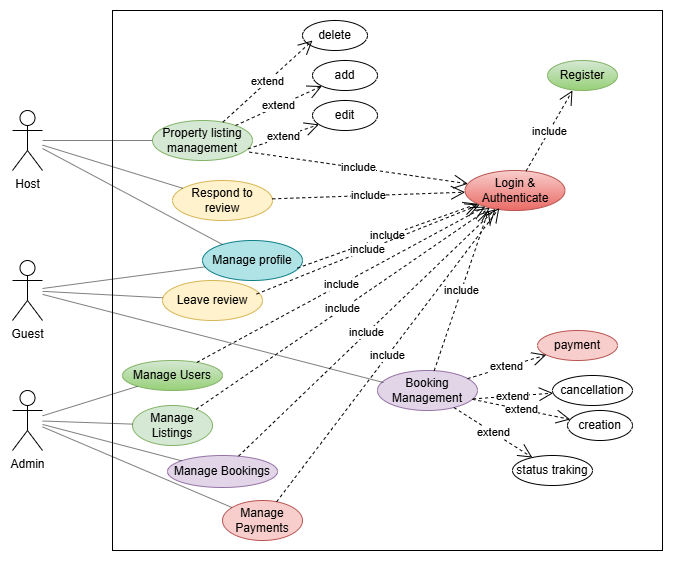
Earlier version of the draw.io export use-case-diagram/Alx-airbnb-project-use-cases.drawio.png (K20QuickFast237/alx-airbnb-project-documentation). Source tidied: cells renumbered, new cells last; positions are measured from the earlier drawing's top-left corner, leaving out a move shared by most shapes.
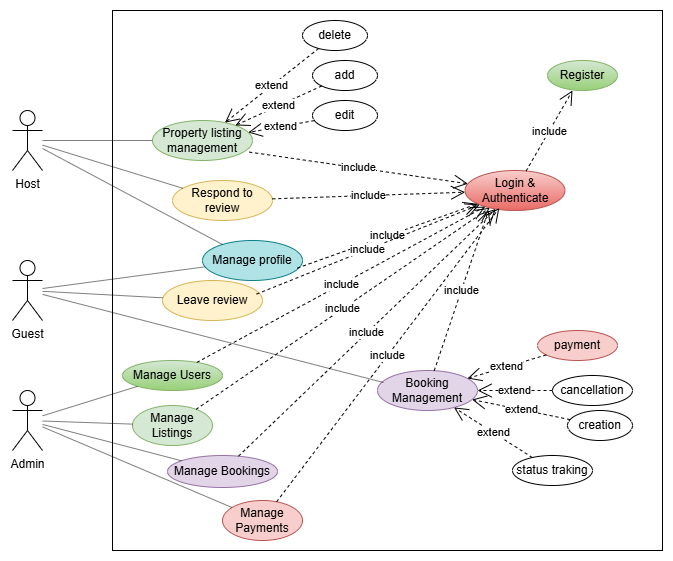
The same file after the commit.

Commit message:
some requirements + updated use case diagram

What changed in the source:
```diff
@@ -32,15 +32,9 @@
     <mxCell id="11" value="delete" style="ellipse;whiteSpace=wrap;html=1;align=center;" parent="1" vertex="1">
       <mxGeometry x="290" y="10" width="65" height="30" as="geometry" />
     </mxCell>
-    <mxCell id="12" value="extend" style="endArrow=open;endSize=12;dashed=1;html=1;rounded=0;entryX=0.154;entryY=0.667;entryDx=0;entryDy=0;entryPerimeter=0;" parent="1" edge="1" source="8" target="11">
-      <mxGeometry relative="1" as="geometry" />
-    </mxCell>
-    <mxCell id="13" value="extend" style="endArrow=open;endSize=12;dashed=1;html=1;rounded=0;exitX=0.956;exitY=0.71;exitDx=0;exitDy=0;exitPerimeter=0;" parent="1" edge="1" source="8" target="10">
+    <mxCell id="13" value="extend" style="endArrow=open;endSize=12;dashed=1;html=1;rounded=0;" parent="1" edge="1" source="10" target="8">
       <mxGeometry relative="1" as="geometry" />
     </mxCell>
-    <mxCell id="14" value="extend" style="endArrow=open;endSize=12;dashed=1;html=1;rounded=0;" parent="1" edge="1" source="8" target="9">
-      <mxGeometry relative="1" as="geometry" />
-    </mxCell>
     <mxCell id="15" style="endArrow=none;html=1;rounded=0;strokeWidth=0.5;" parent="1" edge="1" source="2" target="8">
       <mxGeometry relative="1" as="geometry" />
     </mxCell>
@@ -56,15 +50,6 @@
     <mxCell id="19" value="cancellation" style="ellipse;whiteSpace=wrap;html=1;align=center;" parent="1" vertex="1">
       <mxGeometry x="540" y="365" width="80" height="30" as="geometry" />
     </mxCell>
-    <mxCell id="20" value="extend" style="endArrow=open;endSize=12;dashed=1;html=1;rounded=0;" parent="1" edge="1" source="17" target="24">
-      <mxGeometry relative="1" as="geometry" />
-    </mxCell>
-    <mxCell id="21" value="extend" style="endArrow=open;endSize=12;dashed=1;html=1;rounded=0;exitX=0.956;exitY=0.71;exitDx=0;exitDy=0;exitPerimeter=0;" parent="1" edge="1" source="17" target="19">
-      <mxGeometry relative="1" as="geometry" />
-    </mxCell>
-    <mxCell id="22" value="extend" style="endArrow=open;endSize=12;dashed=1;html=1;rounded=0;" parent="1" edge="1" source="17" target="18">
-      <mxGeometry relative="1" as="geometry" />
-    </mxCell>
     <mxCell id="23" value="include" style="endArrow=open;endSize=12;dashed=1;html=1;rounded=0;entryX=0.236;entryY=0.99;entryDx=0;entryDy=0;entryPerimeter=0;" parent="1" edge="1" source="17" target="6">
       <mxGeometry relative="1" as="geometry" />
     </mxCell>
@@ -107,9 +92,6 @@
     <mxCell id="36" value="payment" style="ellipse;whiteSpace=wrap;html=1;align=center;fillColor=#f8cecc;strokeColor=#b85450;" parent="1" vertex="1">
       <mxGeometry x="525" y="320" width="80" height="30" as="geometry" />
     </mxCell>
-    <mxCell id="37" value="extend" style="endArrow=open;endSize=12;dashed=1;html=1;rounded=0;" parent="1" edge="1" source="17" target="36">
-      <mxGeometry relative="1" as="geometry" />
-    </mxCell>
     <mxCell id="38" value="Admin" style="shape=umlActor;verticalLabelPosition=bottom;verticalAlign=top;html=1;" parent="1" vertex="1">
       <mxGeometry y="380" width="30" height="60" as="geometry" />
     </mxCell>
@@ -149,5 +131,23 @@
     <mxCell id="50" style="endArrow=none;html=1;rounded=0;strokeWidth=0.5;" parent="1" edge="1" source="38" target="42">
       <mxGeometry relative="1" as="geometry" />
     </mxCell>
+    <mxCell id="51" value="extend" style="endArrow=open;endSize=12;dashed=1;html=1;rounded=0;" parent="1" edge="1" source="9" target="8">
+      <mxGeometry relative="1" as="geometry" />
+    </mxCell>
+    <mxCell id="52" value="extend" style="endArrow=open;endSize=12;dashed=1;html=1;rounded=0;" parent="1" edge="1" source="11" target="8">
+      <mxGeometry relative="1" as="geometry" />
+    </mxCell>
+    <mxCell id="53" value="extend" style="endArrow=open;endSize=12;dashed=1;html=1;rounded=0;" parent="1" edge="1" source="24" target="17">
+      <mxGeometry relative="1" as="geometry" />
+    </mxCell>
+    <mxCell id="54" value="extend" style="endArrow=open;endSize=12;dashed=1;html=1;rounded=0;" parent="1" edge="1" source="36" target="17">
+      <mxGeometry relative="1" as="geometry" />
+    </mxCell>
+    <mxCell id="55" value="extend" style="endArrow=open;endSize=12;dashed=1;html=1;rounded=0;" parent="1" edge="1" source="19" target="17">
+      <mxGeometry relative="1" as="geometry" />
+    </mxCell>
+    <mxCell id="56" value="extend" style="endArrow=open;endSize=12;dashed=1;html=1;rounded=0;" parent="1" edge="1" source="18" target="17">
+      <mxGeometry relative="1" as="geometry" />
+    </mxCell>
   </root>
 </mxGraphModel>
```
